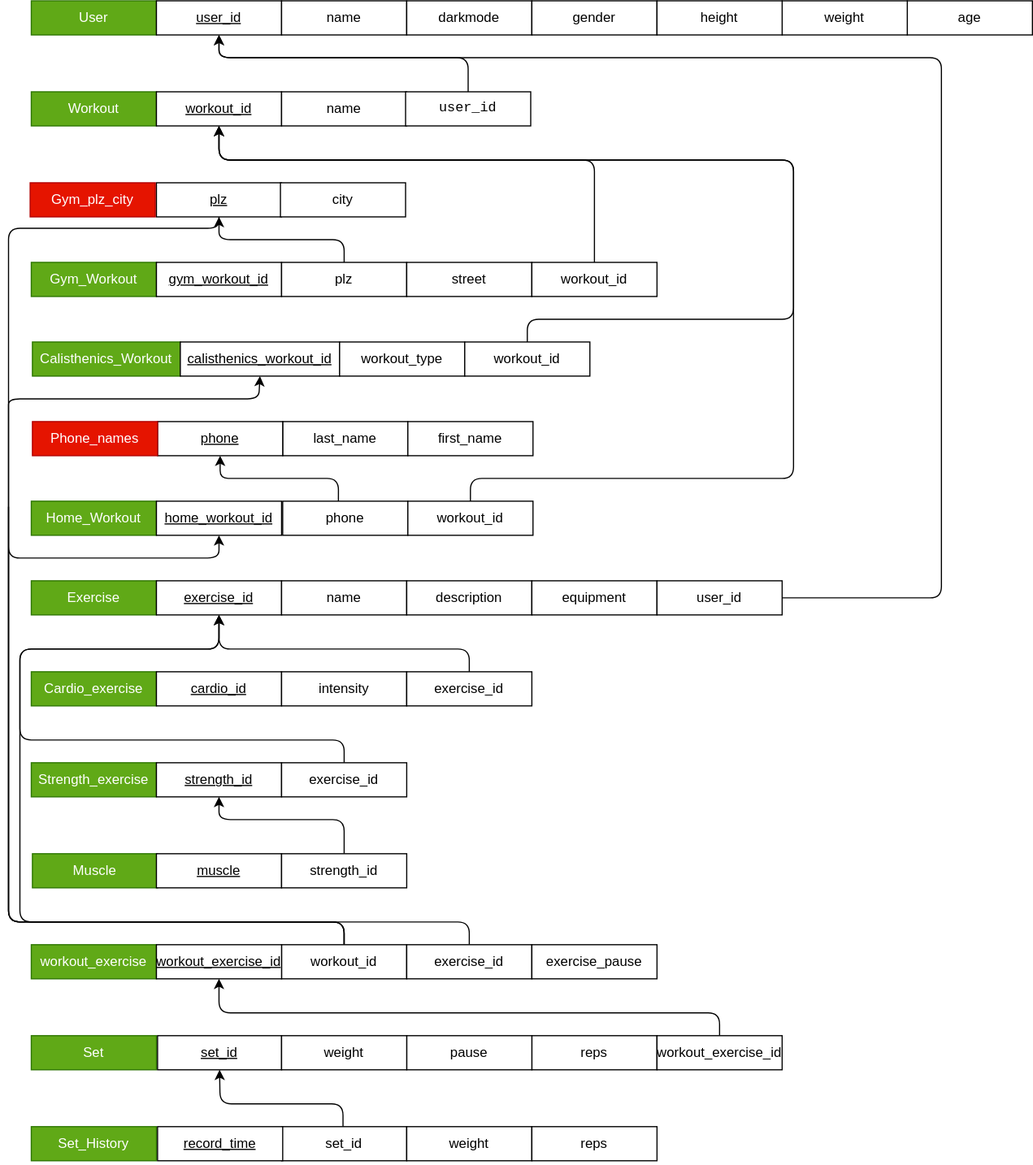
This is 4NF-DataBase-RelationasSchema.drawio.svg from Johannes0220/DatabaseProject, a draw.io export, as it was before one commit. Source tidied: cells renumbered, new cells last; positions are measured from the earlier drawing's top-left corner, leaving out a move shared by most shapes.
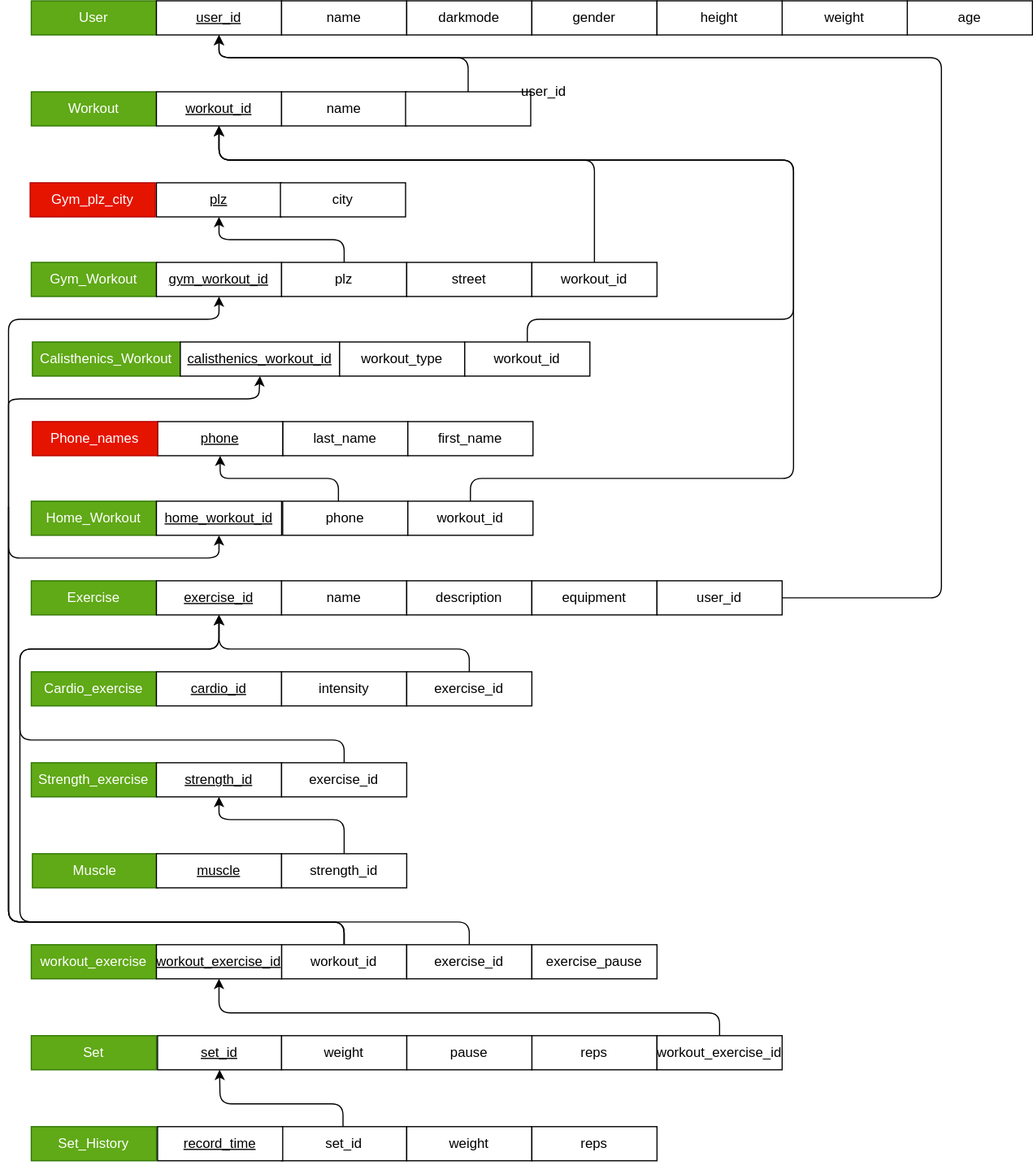
Later version of the same file.

Diff of the diagram source:
```diff
@@ -43,7 +43,7 @@
         </Array>
       </mxGeometry>
     </mxCell>
-    <mxCell id="14" value="&lt;pre&gt;user_id&lt;/pre&gt;" style="whiteSpace=wrap;html=1;" parent="1" vertex="1">
+    <mxCell id="14" value="&lt;pre&gt;&lt;span style=&quot;font-family: Helvetica;&quot;&gt;user_id&lt;/span&gt;&lt;br&gt;&lt;/pre&gt;" style="whiteSpace=wrap;html=1;" parent="1" vertex="1">
       <mxGeometry x="349" y="80" width="110" height="30" as="geometry" />
     </mxCell>
     <mxCell id="15" value="Exercise" style="whiteSpace=wrap;html=1;fillColor=#60a917;fontColor=#ffffff;strokeColor=#2D7600;" parent="1" vertex="1">
@@ -101,16 +101,15 @@
         </Array>
       </mxGeometry>
     </mxCell>
-    <mxCell id="25" style="edgeStyle=none;html=1;exitX=0.5;exitY=0;exitDx=0;exitDy=0;entryX=0.5;entryY=1;entryDx=0;entryDy=0;" parent="1" edge="1" source="26">
+    <mxCell id="25" style="edgeStyle=none;html=1;exitX=0.5;exitY=0;exitDx=0;exitDy=0;entryX=0.5;entryY=1;entryDx=0;entryDy=0;" parent="1" edge="1" source="26" target="44">
       <mxGeometry relative="1" as="geometry">
-        <mxPoint x="185" y="180" as="targetPoint" />
         <Array as="points">
           <mxPoint x="295" y="810" />
           <mxPoint y="810" />
           <mxPoint y="530" />
           <mxPoint y="370" />
-          <mxPoint y="200" />
-          <mxPoint x="185" y="200" />
+          <mxPoint y="280" />
+          <mxPoint x="185" y="280" />
         </Array>
       </mxGeometry>
     </mxCell>
```
